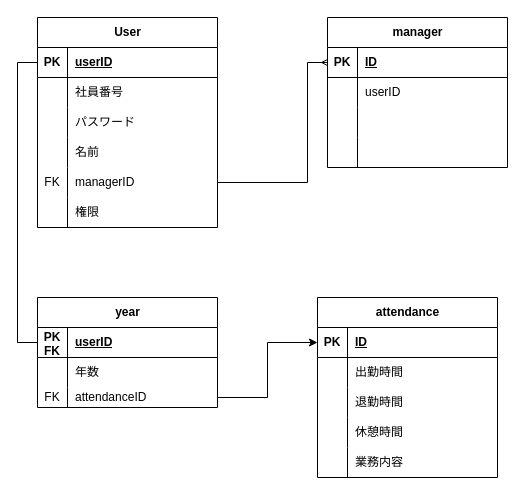
Earlier version of the draw.io diagram Database.drawio (tomoyq/attendance_system). Source tidied: cells renumbered, new cells numbered last; positions are measured from the earlier drawing's top-left corner, leaving out a move shared by most shapes. Both pictures are drawn from the tidied source at 100%, with x=0, y=0 at pixel (37, 17).
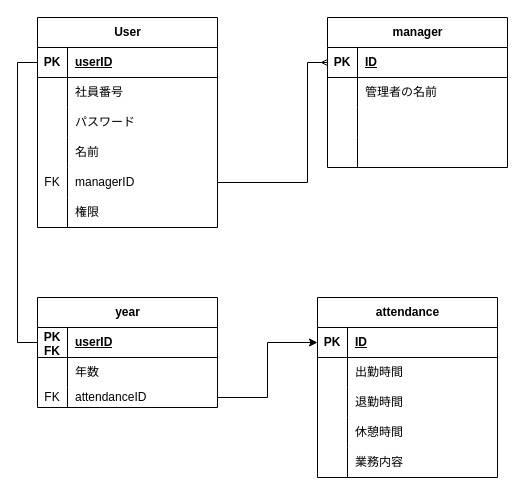
Above is the later version.

The change refers to these unchanged cells:
```xml
<mxCell id="25" style="shape=tableRow;horizontal=0;startSize=0;swimlaneHead=0;swimlaneBody=0;fillColor=none;top=0;left=0;right=0;bottom=0;" parent="21" vertex="1">
  <mxGeometry y="60" width="180" height="30" as="geometry" />
</mxCell>
```

What changed in the source:
```diff
@@
-    <mxCell id="27" value="userID" style="shape=partialRectangle;fillColor=none;top=0;left=0;bottom=0;right=0;align=left;spacingLeft=6;overflow=hidden;whiteSpace=wrap;html=1;" parent="25" vertex="1">
+    <mxCell id="27" value="管理者の名前" style="shape=partialRectangle;fillColor=none;top=0;left=0;bottom=0;right=0;align=left;spacingLeft=6;overflow=hidden;whiteSpace=wrap;html=1;" parent="25" vertex="1">
       <mxGeometry x="30" width="150" height="30" as="geometry" />
     </mxCell>
```
